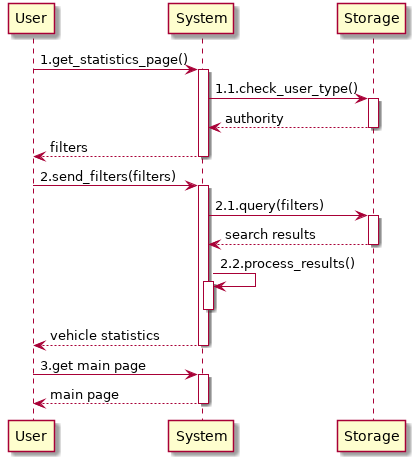
This is RASD/images/useCases/mining_vehicle_officers.png from GiorgioUghini/SafeStreets, a PlantUML export, as it was before one commit.
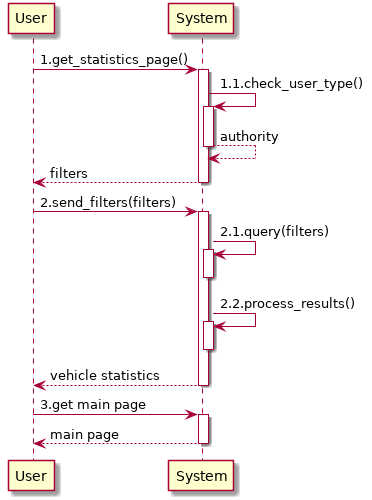
The same file after the commit.

Diff of the diagram source:
```diff
@@ -1,17 +1,16 @@
 @startuml mining_vehicle_officers
     participant User as U
     participant System as S
-    participant Storage as ST
 
     autoactivate on
 
     U -> S: 1.get_statistics_page()
-    S -> ST: 1.1.check_user_type()
+    S -> S: 1.1.check_user_type()
     return authority
     return filters
     U -> S: 2.send_filters(filters)
-    S -> ST: 2.1.query(filters)
-    return search results
+    S -> S: 2.1.query(filters)
+    deactivate S
     S -> S: 2.2.process_results()
     deactivate S
     return vehicle statistics
```
